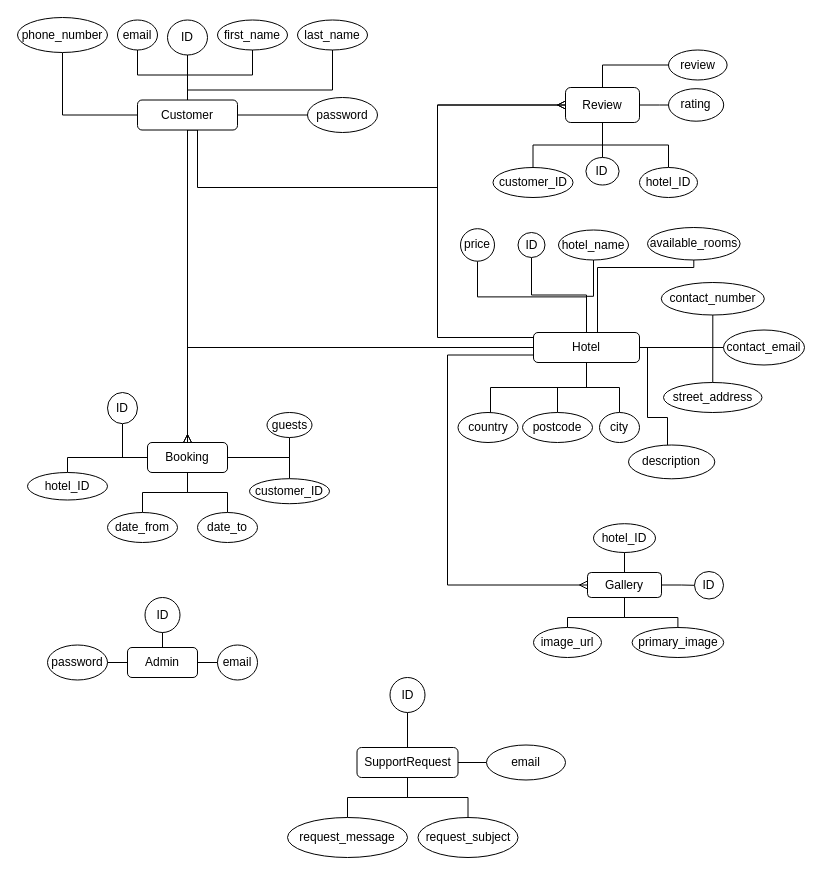
Above: getaway_ERD.drawio in J4CKINS/getaway (draw.io), before the change. Source tidied: cells renumbered, new cells numbered last; positions are measured from the earlier drawing's top-left corner, leaving out a move shared by most shapes. Both pictures are drawn from the tidied source at 100%, with x=0, y=0 at pixel (17, 17).
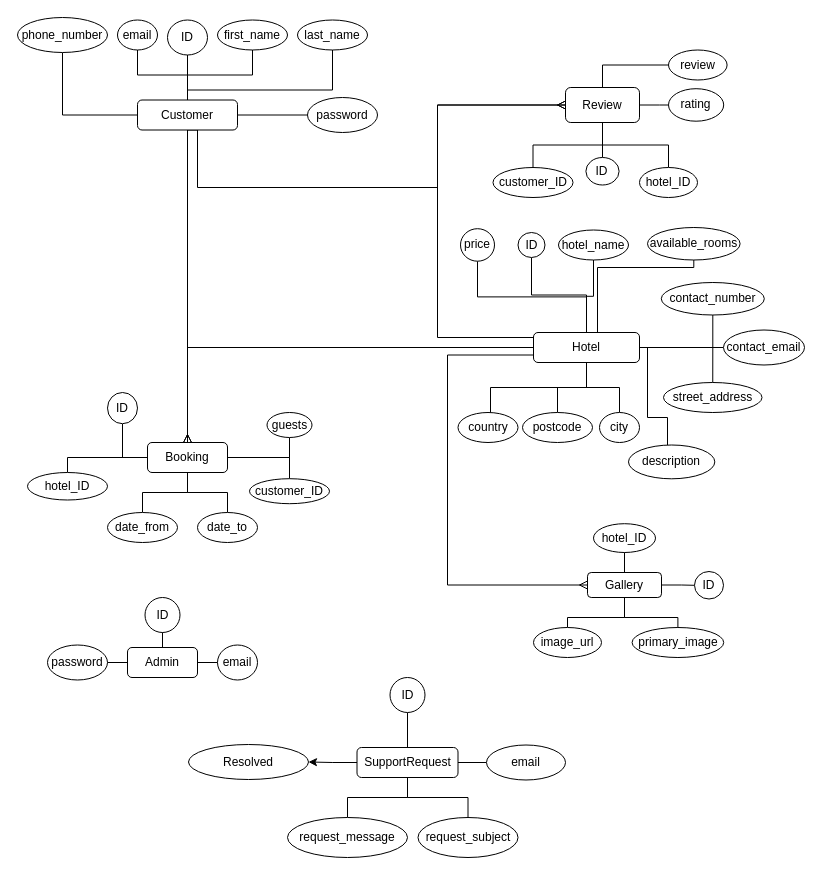
After the change.

Commit message (it also covers changes not shown here):
Added Resolved field to `SupportRequest` table

The change refers to these unchanged cells:
```xml
<mxCell id="87" value="SupportRequest" style="rounded=1;whiteSpace=wrap;html=1;" parent="1" vertex="1">
  <mxGeometry x="339.5" y="730" width="101" height="30" as="geometry" />
</mxCell>
```

Change to the diagram source:
```diff
@@
+    <mxCell id="92" style="edgeStyle=orthogonalEdgeStyle;rounded=0;jettySize=auto;html=1;" parent="1" edge="1" source="87" target="93">
+      <mxGeometry relative="1" as="geometry" />
+    </mxCell>
@@
+    <mxCell id="93" value="Resolved" style="ellipse;whiteSpace=wrap;html=1;rounded=1;" parent="1" vertex="1">
+      <mxGeometry x="171" y="727" width="120" height="35" as="geometry" />
+    </mxCell>
```
